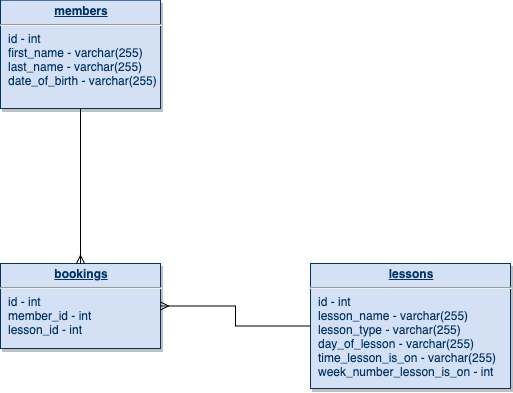
Above: ruby_project_gym_booking_system_plans/ruby_project_gym_db_diagram.png in cjscrimmy/ruby_project_gym (draw.io), before the change. Source tidied: cells renumbered, new cells last; positions are measured from the earlier drawing's top-left corner, leaving out a move shared by most shapes.
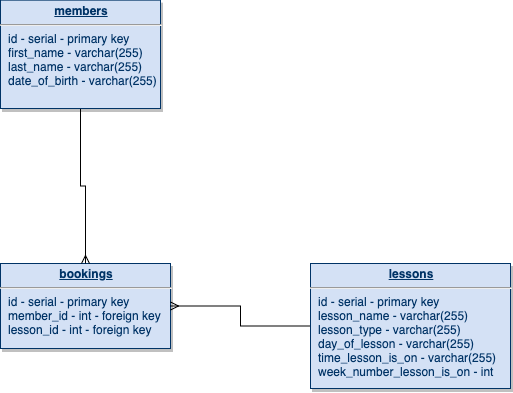
Later version of the same file.

Commit message:
update class and database diagrams

Change to the diagram source:
```diff
@@ -2,19 +2,19 @@
   <root>
     <mxCell id="0" />
     <mxCell id="1" parent="0" />
-    <mxCell id="2" value="&lt;p style=&quot;margin: 0px ; margin-top: 4px ; text-align: center ; text-decoration: underline&quot;&gt;&lt;b&gt;bookings&lt;/b&gt;&lt;/p&gt;&lt;hr&gt;&lt;p style=&quot;margin: 0px ; margin-left: 8px&quot;&gt;id - int&lt;/p&gt;&lt;p style=&quot;margin: 0px ; margin-left: 8px&quot;&gt;member_id - int&lt;/p&gt;&lt;p style=&quot;margin: 0px ; margin-left: 8px&quot;&gt;lesson_id - int&lt;/p&gt;" style="verticalAlign=top;align=left;overflow=fill;fontSize=12;fontFamily=Helvetica;html=1;strokeColor=#003366;shadow=1;fillColor=#D4E1F5;fontColor=#003366;" parent="1" vertex="1">
-      <mxGeometry y="263" width="160" height="85" as="geometry" />
+    <mxCell id="2" value="&lt;p style=&quot;margin: 0px ; margin-top: 4px ; text-align: center ; text-decoration: underline&quot;&gt;&lt;b&gt;bookings&lt;/b&gt;&lt;/p&gt;&lt;hr&gt;&lt;p style=&quot;margin: 0px ; margin-left: 8px&quot;&gt;id - serial - primary key&lt;/p&gt;&lt;p style=&quot;margin: 0px ; margin-left: 8px&quot;&gt;member_id - int - foreign key&lt;/p&gt;&lt;p style=&quot;margin: 0px ; margin-left: 8px&quot;&gt;lesson_id - int - foreign key&lt;/p&gt;" style="verticalAlign=top;align=left;overflow=fill;fontSize=12;fontFamily=Helvetica;html=1;strokeColor=#003366;shadow=1;fillColor=#D4E1F5;fontColor=#003366;" parent="1" vertex="1">
+      <mxGeometry y="263" width="170" height="85" as="geometry" />
     </mxCell>
     <mxCell id="3" style="edgeStyle=orthogonalEdgeStyle;rounded=0;jettySize=auto;html=1;entryX=0.5;entryY=0;entryDx=0;entryDy=0;endArrow=ERmany;endFill=0;" parent="1" edge="1" source="4" target="2">
       <mxGeometry relative="1" as="geometry" />
     </mxCell>
-    <mxCell id="4" value="&lt;p style=&quot;margin: 0px ; margin-top: 4px ; text-align: center ; text-decoration: underline&quot;&gt;&lt;strong&gt;members&lt;/strong&gt;&lt;/p&gt;&lt;hr&gt;&lt;p style=&quot;margin: 0px ; margin-left: 8px&quot;&gt;id - int&lt;/p&gt;&lt;p style=&quot;margin: 0px ; margin-left: 8px&quot;&gt;first_name - varchar(255)&lt;/p&gt;&lt;p style=&quot;margin: 0px ; margin-left: 8px&quot;&gt;last_name - varchar(255)&lt;/p&gt;&lt;p style=&quot;margin: 0px ; margin-left: 8px&quot;&gt;date_of_birth - varchar(255)&lt;/p&gt;" style="verticalAlign=top;align=left;overflow=fill;fontSize=12;fontFamily=Helvetica;html=1;strokeColor=#003366;shadow=1;fillColor=#D4E1F5;fontColor=#003366;" parent="1" vertex="1">
+    <mxCell id="4" value="&lt;p style=&quot;margin: 0px ; margin-top: 4px ; text-align: center ; text-decoration: underline&quot;&gt;&lt;strong&gt;members&lt;/strong&gt;&lt;/p&gt;&lt;hr&gt;&lt;p style=&quot;margin: 0px ; margin-left: 8px&quot;&gt;id - serial - primary key&lt;/p&gt;&lt;p style=&quot;margin: 0px ; margin-left: 8px&quot;&gt;first_name - varchar(255)&lt;/p&gt;&lt;p style=&quot;margin: 0px ; margin-left: 8px&quot;&gt;last_name - varchar(255)&lt;/p&gt;&lt;p style=&quot;margin: 0px ; margin-left: 8px&quot;&gt;date_of_birth - varchar(255)&lt;/p&gt;" style="verticalAlign=top;align=left;overflow=fill;fontSize=12;fontFamily=Helvetica;html=1;strokeColor=#003366;shadow=1;fillColor=#D4E1F5;fontColor=#003366;" parent="1" vertex="1">
       <mxGeometry y="-0.4" width="160" height="108.4" as="geometry" />
     </mxCell>
     <mxCell id="5" style="edgeStyle=orthogonalEdgeStyle;rounded=0;jettySize=auto;html=1;exitX=0;exitY=0.5;exitDx=0;exitDy=0;entryX=1;entryY=0.5;entryDx=0;entryDy=0;endArrow=ERmany;endFill=0;" parent="1" edge="1" source="6" target="2">
       <mxGeometry relative="1" as="geometry" />
     </mxCell>
-    <mxCell id="6" value="&lt;p style=&quot;margin: 0px ; margin-top: 4px ; text-align: center ; text-decoration: underline&quot;&gt;&lt;b&gt;lessons&lt;/b&gt;&lt;/p&gt;&lt;hr&gt;&lt;p style=&quot;margin: 0px ; margin-left: 8px&quot;&gt;id - int&lt;/p&gt;&lt;p style=&quot;margin: 0px ; margin-left: 8px&quot;&gt;lesson_name - varchar(255)&lt;/p&gt;&lt;p style=&quot;margin: 0px ; margin-left: 8px&quot;&gt;lesson_type - varchar(255)&lt;/p&gt;&lt;p style=&quot;margin: 0px ; margin-left: 8px&quot;&gt;day_of_lesson - varchar(255)&lt;/p&gt;&lt;p style=&quot;margin: 0px ; margin-left: 8px&quot;&gt;time_lesson_is_on - varchar(255)&lt;/p&gt;&lt;p style=&quot;margin: 0px ; margin-left: 8px&quot;&gt;week_number_lesson_is_on - int&lt;/p&gt;&lt;p style=&quot;margin: 0px ; margin-left: 8px&quot;&gt;&lt;br&gt;&lt;/p&gt;" style="verticalAlign=top;align=left;overflow=fill;fontSize=12;fontFamily=Helvetica;html=1;strokeColor=#003366;shadow=1;fillColor=#D4E1F5;fontColor=#003366;" parent="1" vertex="1">
+    <mxCell id="6" value="&lt;p style=&quot;margin: 0px ; margin-top: 4px ; text-align: center ; text-decoration: underline&quot;&gt;&lt;b&gt;lessons&lt;/b&gt;&lt;/p&gt;&lt;hr&gt;&lt;p style=&quot;margin: 0px ; margin-left: 8px&quot;&gt;id - serial - primary key&lt;/p&gt;&lt;p style=&quot;margin: 0px ; margin-left: 8px&quot;&gt;lesson_name - varchar(255)&lt;/p&gt;&lt;p style=&quot;margin: 0px ; margin-left: 8px&quot;&gt;lesson_type - varchar(255)&lt;/p&gt;&lt;p style=&quot;margin: 0px ; margin-left: 8px&quot;&gt;day_of_lesson - varchar(255)&lt;/p&gt;&lt;p style=&quot;margin: 0px ; margin-left: 8px&quot;&gt;time_lesson_is_on - varchar(255)&lt;/p&gt;&lt;p style=&quot;margin: 0px ; margin-left: 8px&quot;&gt;week_number_lesson_is_on - int&lt;/p&gt;&lt;p style=&quot;margin: 0px ; margin-left: 8px&quot;&gt;&lt;br&gt;&lt;/p&gt;" style="verticalAlign=top;align=left;overflow=fill;fontSize=12;fontFamily=Helvetica;html=1;strokeColor=#003366;shadow=1;fillColor=#D4E1F5;fontColor=#003366;" parent="1" vertex="1">
       <mxGeometry x="310" y="263" width="200" height="125" as="geometry" />
     </mxCell>
   </root>
```
